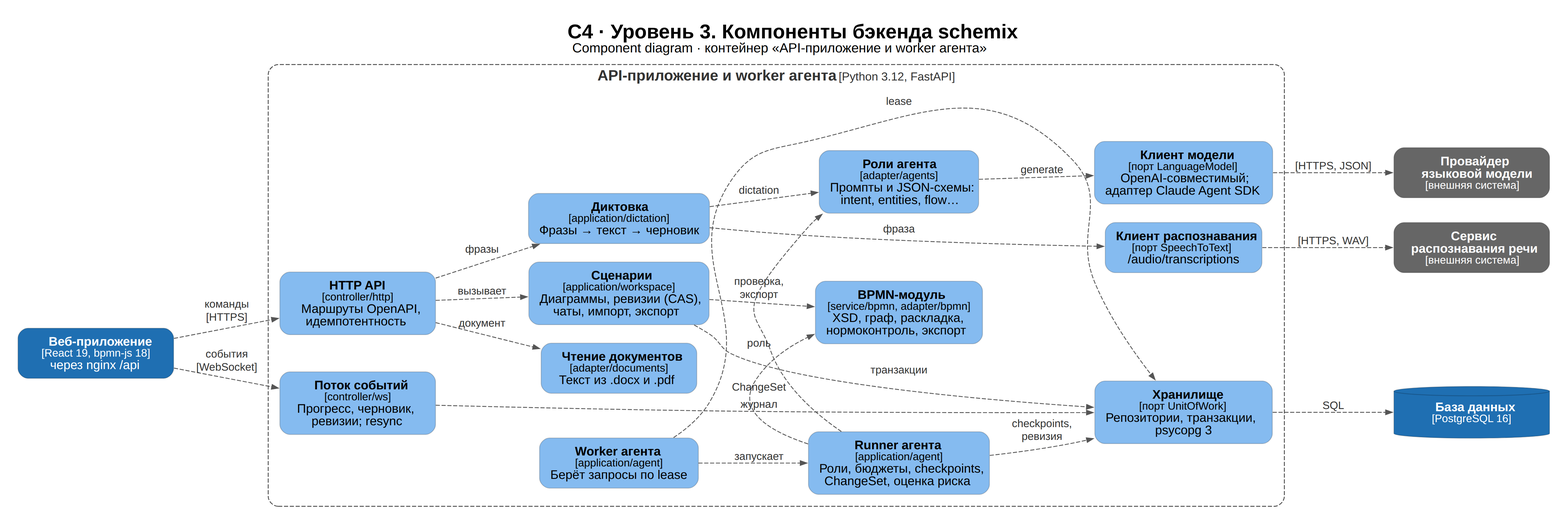
Before: diagrams/06-c4-3-components.png, a diagram exported from Graphviz (ivanGMAI/it-project). Its source is kept beside it as diagrams/src/06-c4-3-components.dot.
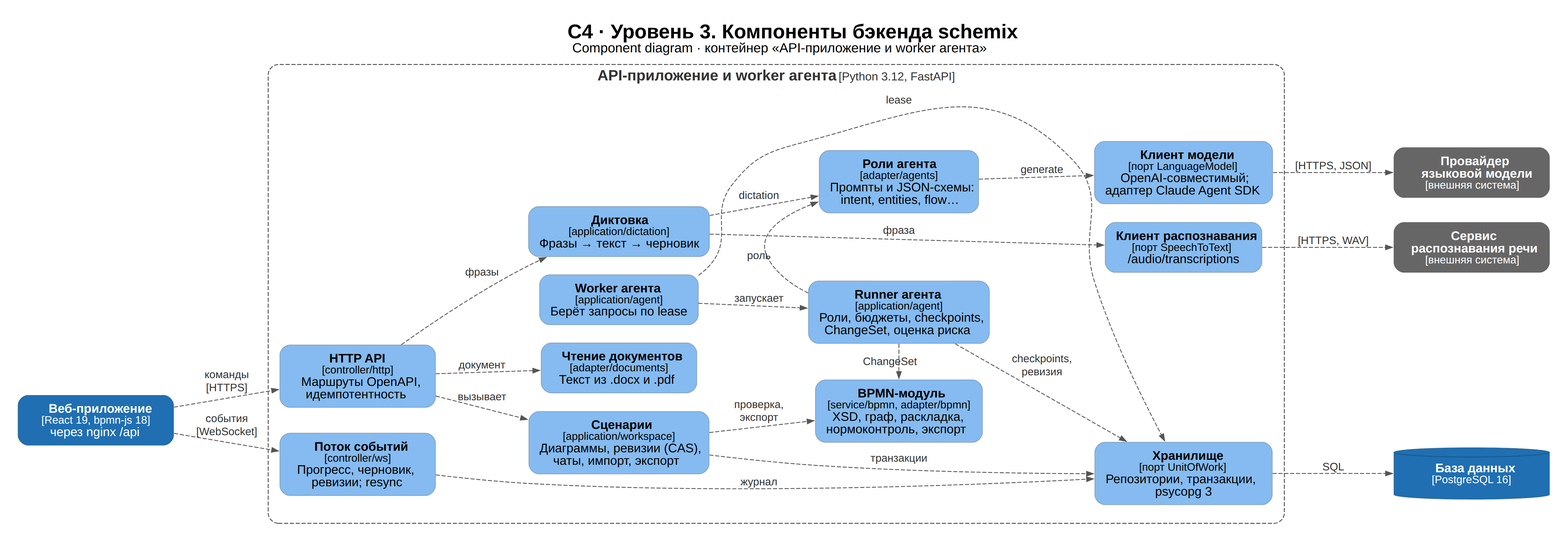
The same file after the commit.

Diff of the diagram source:
```diff
@@ -31,7 +31,7 @@
 
     { rank=same; http; ws }
     { rank=same; workspace; dictation; worker; docs }
-    { rank=same; runner; roles; bpmn }
+    { rank=same; roles -> bpmn -> runner [style=invis] }
     { rank=same; llmc; sttc; repo }
   }
 
```
